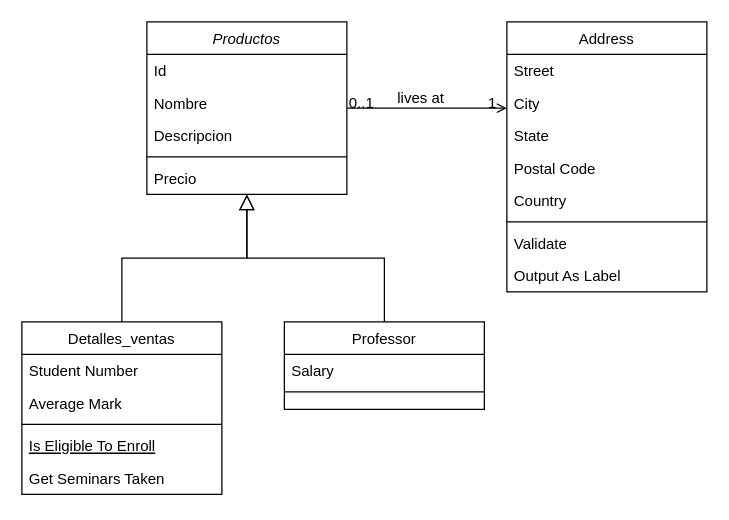
This is page "Page-1" (1 of 2) of Sombreros.drawio from NealD00/Diagramin, a draw.io file, before an edit. Source tidied: cells renumbered, new cells numbered last; positions are measured from the earlier drawing's top-left corner, leaving out a move shared by most shapes. Both pictures are drawn from the tidied source at 125%, with x=0, y=0 at pixel (21, 21).
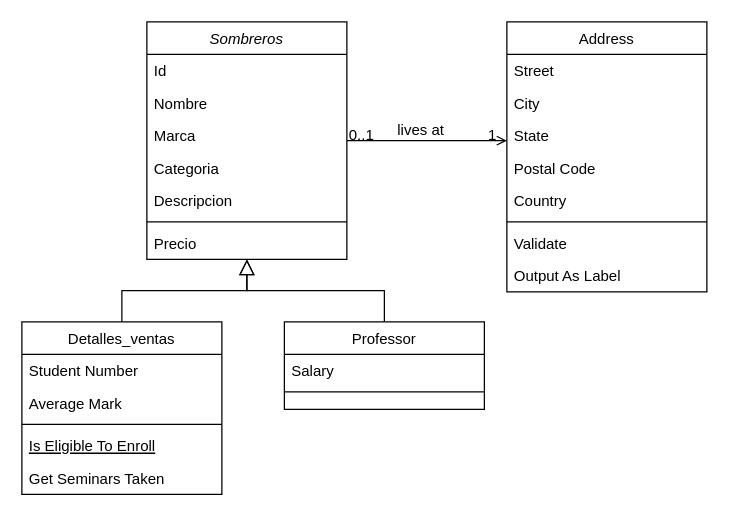
The same diagram, later.

Change to the diagram source:
```diff
@@
-    <mxCell id="2" value="Productos" style="swimlane;fontStyle=2;align=center;verticalAlign=top;horizontal=1;startSize=26;rounded=0;shadow=0;strokeWidth=1;" parent="1" vertex="1">
-      <mxGeometry x="100" width="160" height="138" as="geometry" />
+    <mxCell id="2" value="Sombreros" style="swimlane;fontStyle=2;align=center;verticalAlign=top;horizontal=1;startSize=26;rounded=0;shadow=0;strokeWidth=1;" parent="1" vertex="1">
+      <mxGeometry x="100" width="160" height="190" as="geometry" />
     </mxCell>
@@
-    <mxCell id="5" value="Descripcion " style="text;align=left;verticalAlign=top;spacingLeft=4;spacingRight=4;overflow=hidden;rounded=0;shadow=0;html=0;" parent="2" vertex="1">
+    <mxCell id="5" value="Marca " style="text;align=left;verticalAlign=top;spacingLeft=4;spacingRight=4;overflow=hidden;rounded=0;shadow=0;html=0;" parent="2" vertex="1">
       <mxGeometry y="78" width="160" height="26" as="geometry" />
     </mxCell>
+    <mxCell id="32" value="Categoria" style="text;align=left;verticalAlign=top;spacingLeft=4;spacingRight=4;overflow=hidden;rounded=0;shadow=0;html=0;" parent="2" vertex="1">
+      <mxGeometry y="104" width="160" height="26" as="geometry" />
+    </mxCell>
+    <mxCell id="33" value="Descripcion " style="text;align=left;verticalAlign=top;spacingLeft=4;spacingRight=4;overflow=hidden;rounded=0;shadow=0;html=0;" parent="2" vertex="1">
+      <mxGeometry y="130" width="160" height="26" as="geometry" />
+    </mxCell>
     <mxCell id="6" style="line;html=1;strokeWidth=1;align=left;verticalAlign=middle;spacingTop=-1;spacingLeft=3;spacingRight=3;labelPosition=right;" parent="2" vertex="1">
-      <mxGeometry y="104" width="160" height="8" as="geometry" />
+      <mxGeometry y="156" width="160" height="8" as="geometry" />
     </mxCell>
     <mxCell id="7" value="Precio" style="text;align=left;verticalAlign=top;spacingLeft=4;spacingRight=4;overflow=hidden;" parent="2" vertex="1">
-      <mxGeometry y="112" width="160" height="26" as="geometry" />
+      <mxGeometry y="164" width="160" height="26" as="geometry" />
     </mxCell>
```
